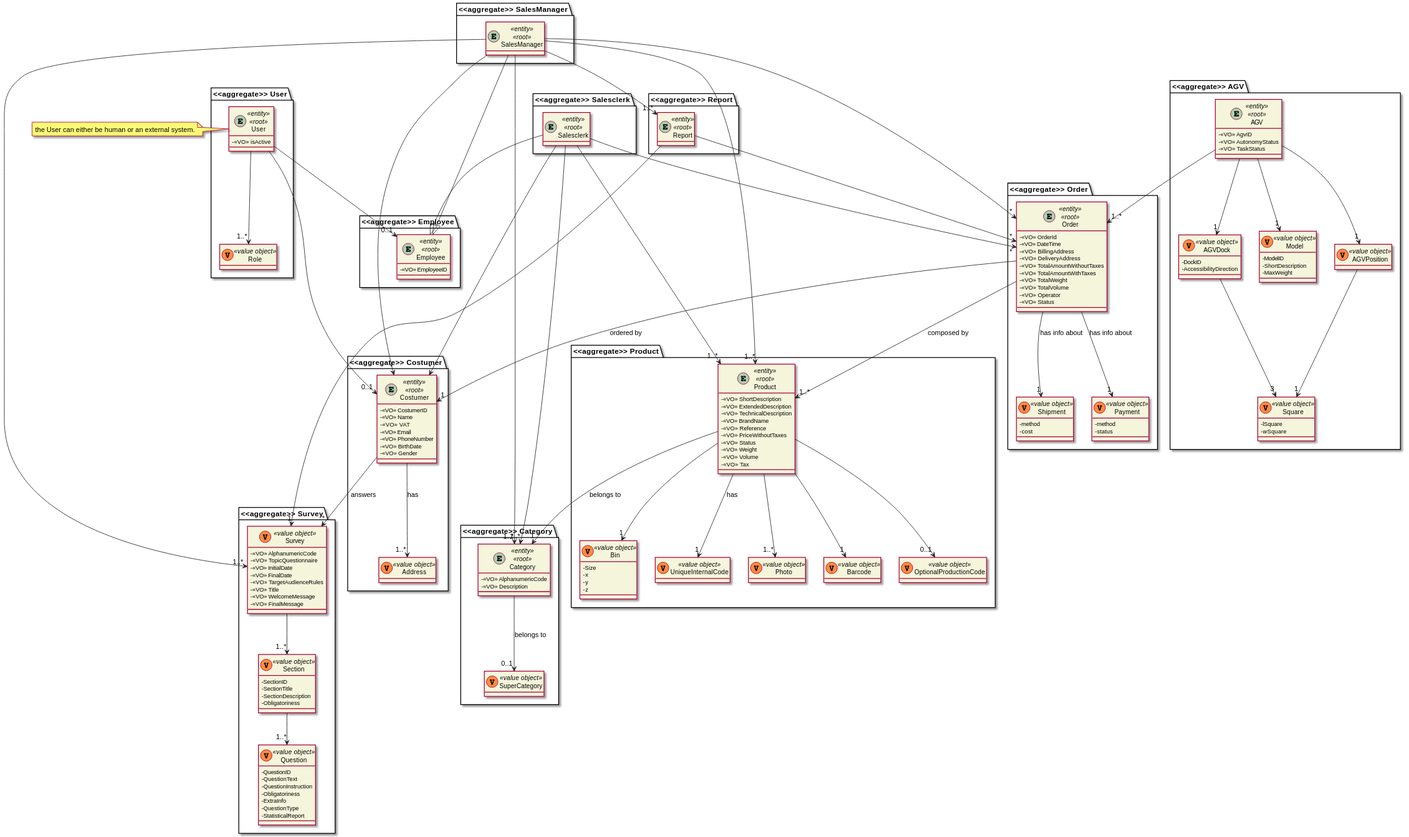
This is docs/SprintA/DM.svg from ana-albergaria/LAPR4-ISEP, a PlantUML export, as it was before one commit.
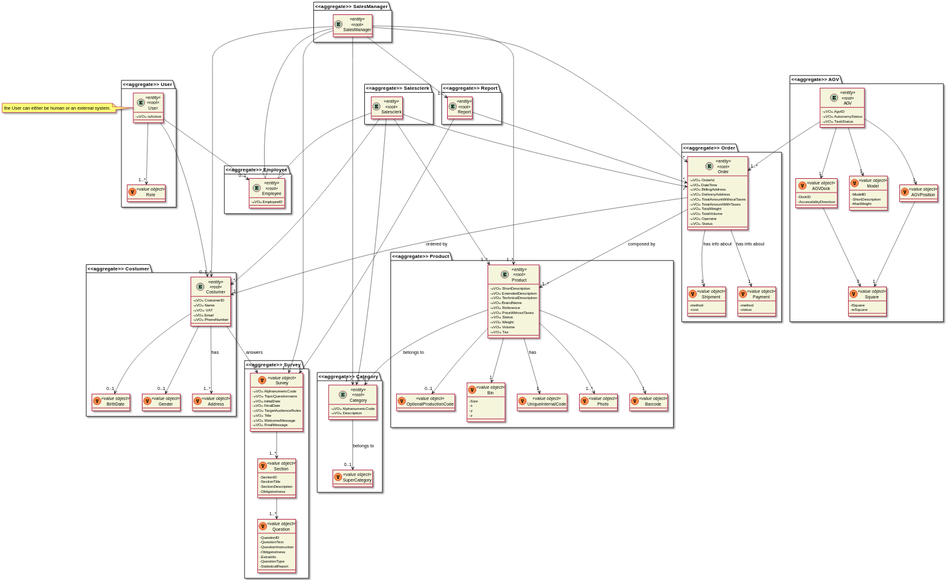
After the commit.

Commit message:
G002 - Clarigying optional attributes of class Costumer

The edit, as a diff of the source:
```diff
@@ -29,6 +29,8 @@
 package "<<aggregate>> Costumer" {
     entity Costumer
     class Address
+    class BirthDate
+    class Gender
 }
 
 package "<<aggregate>> Survey" {
@@ -124,9 +126,11 @@
     - <<VO>> VAT
     - <<VO>> Email
     - <<VO>> PhoneNumber
-    - <<VO>> BirthDate /'optional'/
-    - <<VO>> Gender /'optional'/
 }
+
+class BirthDate <<(V,#FF8B40) value object>> {}
+class Gender <<(V,#FF8B40) value object>> {}
+
 
 entity Employee <<entity>> <<root>> {
     - <<VO>> EmployeeID
@@ -237,6 +241,8 @@
 
 Costumer --> "1..*" Address : has
 Costumer --> "*" Survey: answers
+Costumer --> "0..1" BirthDate
+Costumer --> "0..1" Gender
 
 Salesclerk --> "*" Costumer
 Salesclerk --> "*" Order
@@ -246,11 +252,11 @@
 
 SalesManager --> "*" Costumer
 SalesManager --> "*" Order
-SalesManager --|> Employee
+SalesManager -|> Employee
 SalesManager --> "1..*" Product
 SalesManager --> "1..*" Category
 SalesManager --> "1..*" Survey
-SalesManager --> "1..*" Report
+SalesManager ---> "1..*" Report
 
 User --> "1..*" Role
 User --> "0..1" Employee
```
